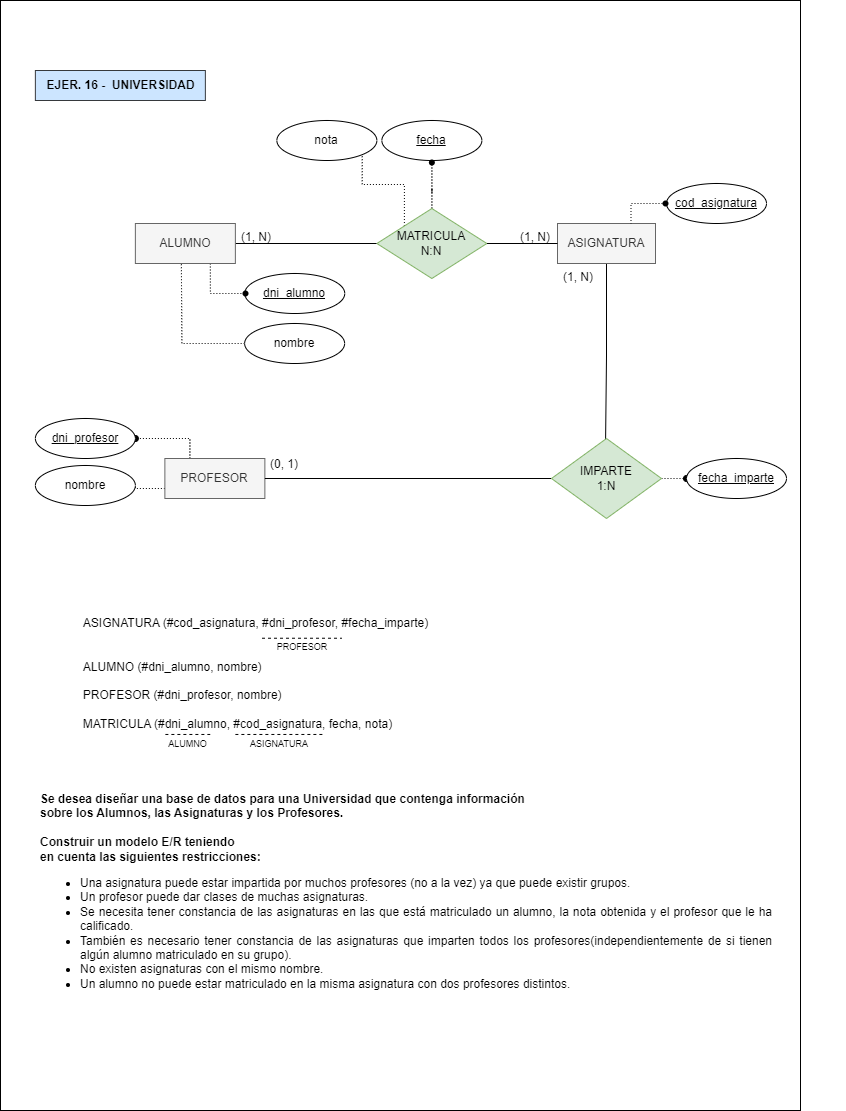
The draw.io diagram Ejer16_Universidad.png in mdrp93/BASE-DE-DATOS, before a commit. Source tidied: cells renumbered, new cells last; positions are measured from the earlier drawing's top-left corner, leaving out a move shared by most shapes.
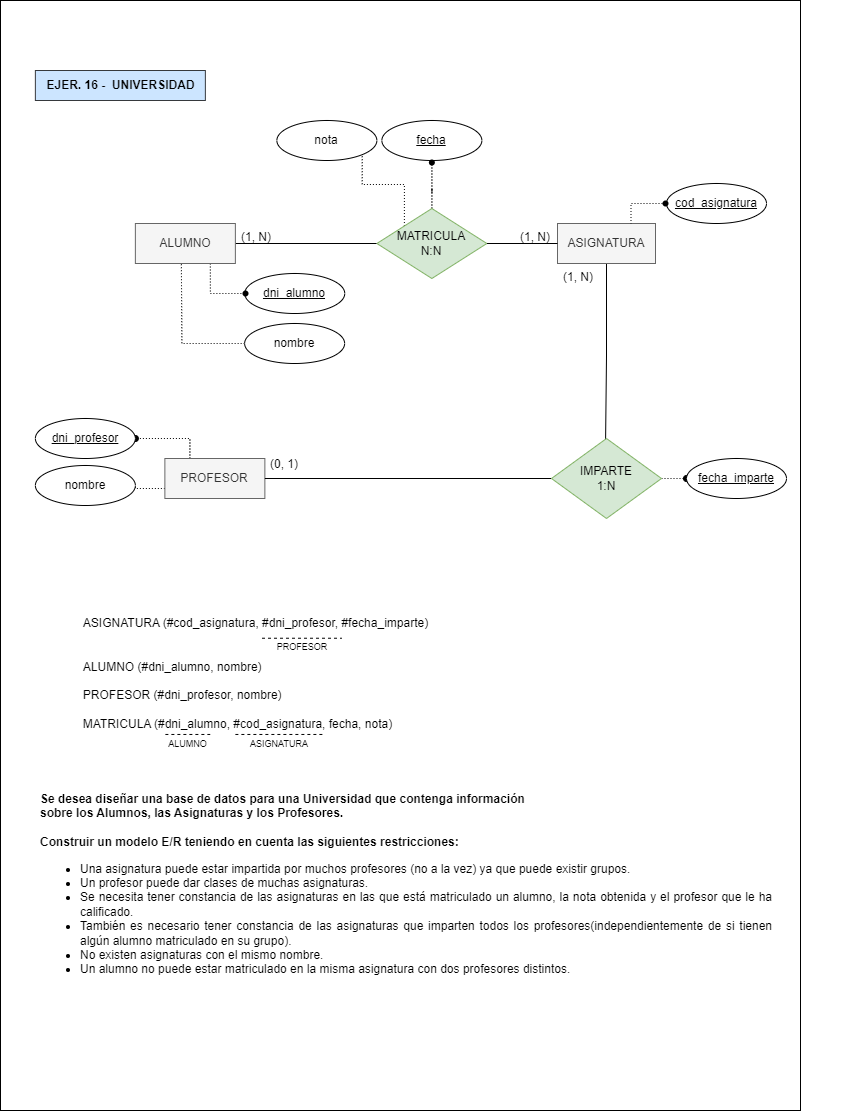
The same file after the commit.

What changed in the source:
```diff
@@ -32,7 +32,7 @@
     <mxCell id="11" value="EJER. 16 -&amp;nbsp; UNIVERSIDAD" style="text;html=1;align=center;verticalAlign=middle;strokeColor=#36393d;fillColor=#cce5ff;fontStyle=1;fontSize=12;" parent="3" vertex="1">
       <mxGeometry y="-510" width="170" height="30" as="geometry" />
     </mxCell>
-    <mxCell id="12" value="&lt;div style=&quot;&quot;&gt;&lt;div style=&quot;text-align: justify;&quot;&gt;&lt;br&gt;&lt;/div&gt;&lt;div style=&quot;text-align: justify;&quot;&gt;&lt;span style=&quot;font-size: 13px;&quot;&gt;&lt;br&gt;&lt;/span&gt;&lt;/div&gt;&lt;b&gt;&lt;div style=&quot;text-align: justify;&quot;&gt;&lt;b style=&quot;background-color: initial;&quot;&gt;Se desea diseñar una base de datos para una Universidad que contenga información&lt;/b&gt;&lt;/div&gt;&lt;font style=&quot;font-size: 12px;&quot;&gt;&lt;div style=&quot;text-align: justify;&quot;&gt;&lt;b style=&quot;background-color: initial;&quot;&gt;sobre los Alumnos, las Asignaturas y los Profesores.&amp;nbsp;&lt;/b&gt;&lt;/div&gt;&lt;/font&gt;&lt;/b&gt;&lt;/div&gt;&lt;div style=&quot;text-align: justify;&quot;&gt;&lt;b&gt;&lt;font style=&quot;font-size: 12px;&quot;&gt;&lt;br&gt;&lt;/font&gt;&lt;/b&gt;&lt;/div&gt;&lt;div style=&quot;&quot;&gt;&lt;div style=&quot;text-align: justify;&quot;&gt;&lt;b style=&quot;background-color: initial;&quot;&gt;Construir un modelo E/R teniendo&lt;/b&gt;&lt;/div&gt;&lt;b&gt;&lt;div style=&quot;text-align: justify;&quot;&gt;&lt;b style=&quot;background-color: initial;&quot;&gt;en cuenta las siguientes restricciones:&lt;/b&gt;&lt;/div&gt;&lt;/b&gt;&lt;ul&gt;&lt;li&gt;&lt;div style=&quot;text-align: justify;&quot;&gt;&lt;span style=&quot;background-color: initial;&quot;&gt;Una asignatura puede estar impartida por muchos profesores (no a la vez) ya que&amp;nbsp;&lt;/span&gt;&lt;span style=&quot;background-color: initial;&quot;&gt;puede existir grupos.&amp;nbsp;&lt;/span&gt;&lt;/div&gt;&lt;/li&gt;&lt;li style=&quot;text-align: justify;&quot;&gt;Un profesor puede dar clases de muchas asignaturas.&amp;nbsp;&lt;/li&gt;&lt;li&gt;&lt;div style=&quot;text-align: justify;&quot;&gt;&lt;span style=&quot;background-color: initial;&quot;&gt;Se necesita tener constancia de las asignaturas en las que está matriculado un&amp;nbsp;&lt;/span&gt;&lt;span style=&quot;background-color: initial;&quot;&gt;alumno, la nota obtenida y el profesor que le ha calificado.&amp;nbsp;&lt;/span&gt;&lt;/div&gt;&lt;/li&gt;&lt;li&gt;&lt;div style=&quot;text-align: justify;&quot;&gt;&lt;span style=&quot;background-color: initial;&quot;&gt;También es necesario tener constancia de las asignaturas que imparten todos los&amp;nbsp;&lt;/span&gt;&lt;span style=&quot;background-color: initial;&quot;&gt;profesores(independientemente de si tienen algún alumno matriculado en su&amp;nbsp;&lt;/span&gt;&lt;span style=&quot;background-color: initial;&quot;&gt;grupo).&amp;nbsp;&lt;/span&gt;&lt;/div&gt;&lt;/li&gt;&lt;li style=&quot;text-align: justify;&quot;&gt;No existen asignaturas con el mismo nombre.&lt;/li&gt;&lt;li&gt;&lt;div style=&quot;text-align: justify;&quot;&gt;&lt;span style=&quot;background-color: initial;&quot;&gt;Un alumno no puede estar matriculado en la misma asignatura con dos profesores&amp;nbsp;&lt;/span&gt;&lt;span style=&quot;background-color: initial;&quot;&gt;distintos.&amp;nbsp;&lt;/span&gt;&lt;/div&gt;&lt;/li&gt;&lt;/ul&gt;&lt;/div&gt;" style="text;html=1;strokeColor=none;fillColor=none;spacing=5;spacingTop=-20;whiteSpace=wrap;overflow=hidden;rounded=0;align=left;" parent="3" vertex="1">
+    <mxCell id="12" value="&lt;div style=&quot;&quot;&gt;&lt;div style=&quot;text-align: justify;&quot;&gt;&lt;br&gt;&lt;/div&gt;&lt;div style=&quot;text-align: justify;&quot;&gt;&lt;span style=&quot;font-size: 13px;&quot;&gt;&lt;br&gt;&lt;/span&gt;&lt;/div&gt;&lt;b&gt;&lt;div style=&quot;text-align: justify;&quot;&gt;&lt;b style=&quot;background-color: initial;&quot;&gt;Se desea diseñar una base de datos para una Universidad que contenga información&lt;/b&gt;&lt;/div&gt;&lt;font style=&quot;font-size: 12px;&quot;&gt;&lt;div style=&quot;text-align: justify;&quot;&gt;&lt;b style=&quot;background-color: initial;&quot;&gt;sobre los Alumnos, las Asignaturas y los Profesores.&amp;nbsp;&lt;/b&gt;&lt;/div&gt;&lt;/font&gt;&lt;/b&gt;&lt;/div&gt;&lt;div style=&quot;text-align: justify;&quot;&gt;&lt;b&gt;&lt;font style=&quot;font-size: 12px;&quot;&gt;&lt;br&gt;&lt;/font&gt;&lt;/b&gt;&lt;/div&gt;&lt;div style=&quot;&quot;&gt;&lt;div style=&quot;text-align: justify;&quot;&gt;&lt;b style=&quot;background-color: initial;&quot;&gt;Construir un modelo E/R teniendo&amp;nbsp;&lt;/b&gt;&lt;b style=&quot;background-color: initial;&quot;&gt;en cuenta las siguientes restricciones:&lt;/b&gt;&lt;/div&gt;&lt;ul&gt;&lt;li&gt;&lt;div style=&quot;text-align: justify;&quot;&gt;&lt;span style=&quot;background-color: initial;&quot;&gt;Una asignatura puede estar impartida por muchos profesores (no a la vez) ya que&amp;nbsp;&lt;/span&gt;&lt;span style=&quot;background-color: initial;&quot;&gt;puede existir grupos.&amp;nbsp;&lt;/span&gt;&lt;/div&gt;&lt;/li&gt;&lt;li style=&quot;text-align: justify;&quot;&gt;Un profesor puede dar clases de muchas asignaturas.&amp;nbsp;&lt;/li&gt;&lt;li&gt;&lt;div style=&quot;text-align: justify;&quot;&gt;&lt;span style=&quot;background-color: initial;&quot;&gt;Se necesita tener constancia de las asignaturas en las que está matriculado un&amp;nbsp;&lt;/span&gt;&lt;span style=&quot;background-color: initial;&quot;&gt;alumno, la nota obtenida y el profesor que le ha calificado.&amp;nbsp;&lt;/span&gt;&lt;/div&gt;&lt;/li&gt;&lt;li&gt;&lt;div style=&quot;text-align: justify;&quot;&gt;&lt;span style=&quot;background-color: initial;&quot;&gt;También es necesario tener constancia de las asignaturas que imparten todos los&amp;nbsp;&lt;/span&gt;&lt;span style=&quot;background-color: initial;&quot;&gt;profesores(independientemente de si tienen algún alumno matriculado en su&amp;nbsp;&lt;/span&gt;&lt;span style=&quot;background-color: initial;&quot;&gt;grupo).&amp;nbsp;&lt;/span&gt;&lt;/div&gt;&lt;/li&gt;&lt;li style=&quot;text-align: justify;&quot;&gt;No existen asignaturas con el mismo nombre.&lt;/li&gt;&lt;li&gt;&lt;div style=&quot;text-align: justify;&quot;&gt;&lt;span style=&quot;background-color: initial;&quot;&gt;Un alumno no puede estar matriculado en la misma asignatura con dos profesores&amp;nbsp;&lt;/span&gt;&lt;span style=&quot;background-color: initial;&quot;&gt;distintos.&amp;nbsp;&lt;/span&gt;&lt;/div&gt;&lt;/li&gt;&lt;/ul&gt;&lt;/div&gt;" style="text;html=1;strokeColor=none;fillColor=none;spacing=5;spacingTop=-20;whiteSpace=wrap;overflow=hidden;rounded=0;align=left;" parent="3" vertex="1">
       <mxGeometry y="192.4" width="740" height="230.9" as="geometry" />
     </mxCell>
     <mxCell id="13" style="edgeStyle=orthogonalEdgeStyle;rounded=0;jettySize=auto;html=1;exitX=0.25;exitY=0;exitDx=0;exitDy=0;entryX=1;entryY=0.5;entryDx=0;entryDy=0;endArrow=oval;endFill=1;dashed=1;dashPattern=1 2;" parent="1" edge="1" source="15" target="35">
```
